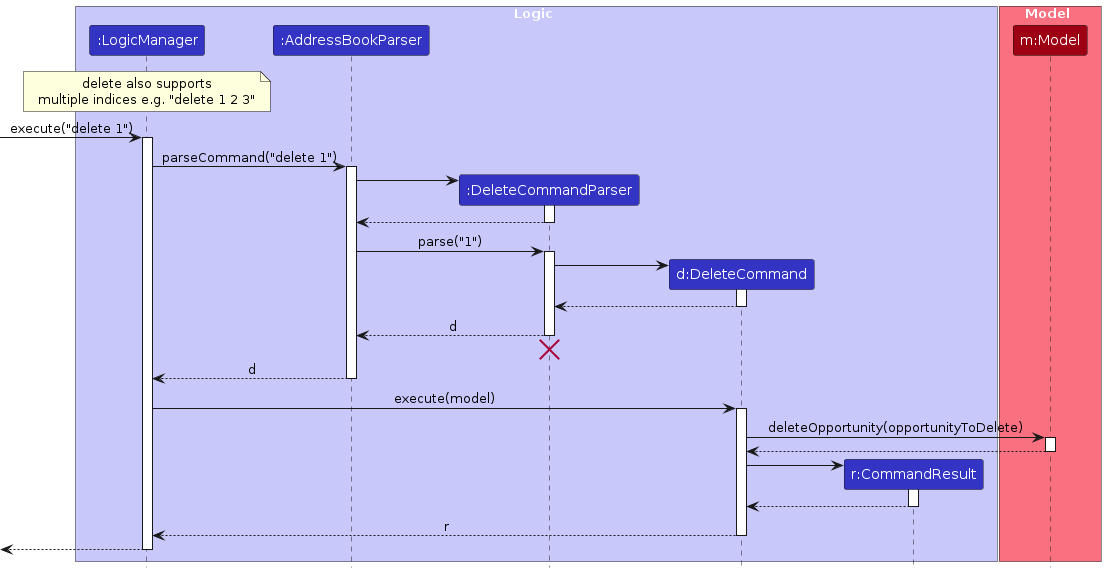
Before: diagrams/DeleteSequenceDiagram.png, a diagram exported from PlantUML (AY2526S2-CS2103T-W13-2/tp). Its source is kept beside it as diagrams/DeleteSequenceDiagram.puml.
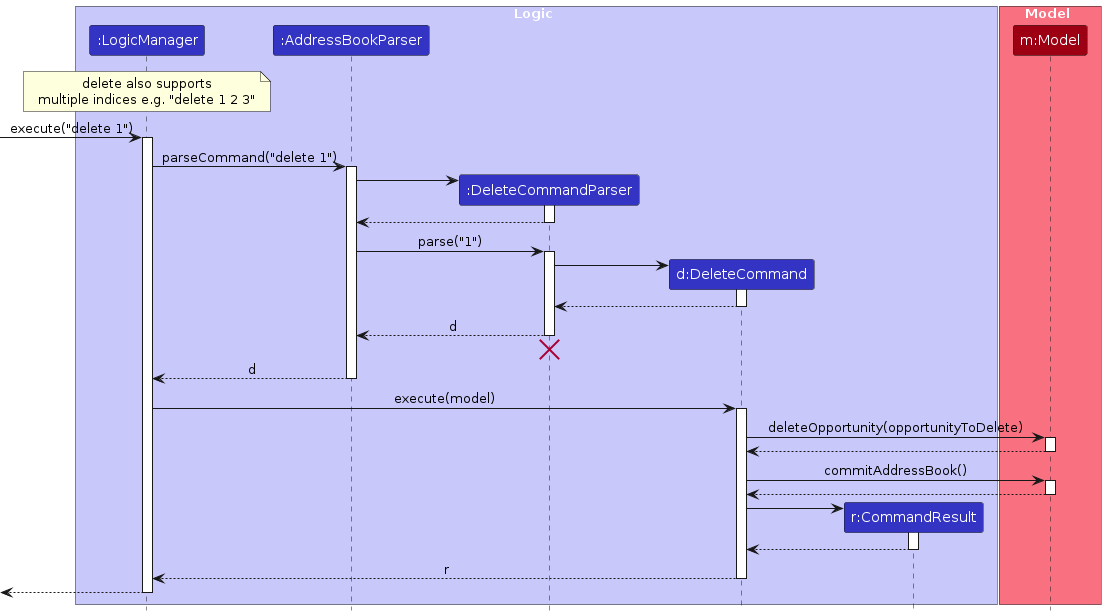
After the change.

The edit, as a diff of the source:
```diff
@@ -55,6 +55,12 @@
 Model --> DeleteCommand
 deactivate Model
 
+DeleteCommand -> Model : commitAddressBook()
+activate Model
+
+Model --> DeleteCommand
+deactivate Model
+
 create CommandResult
 DeleteCommand -> CommandResult
 activate CommandResult
```
